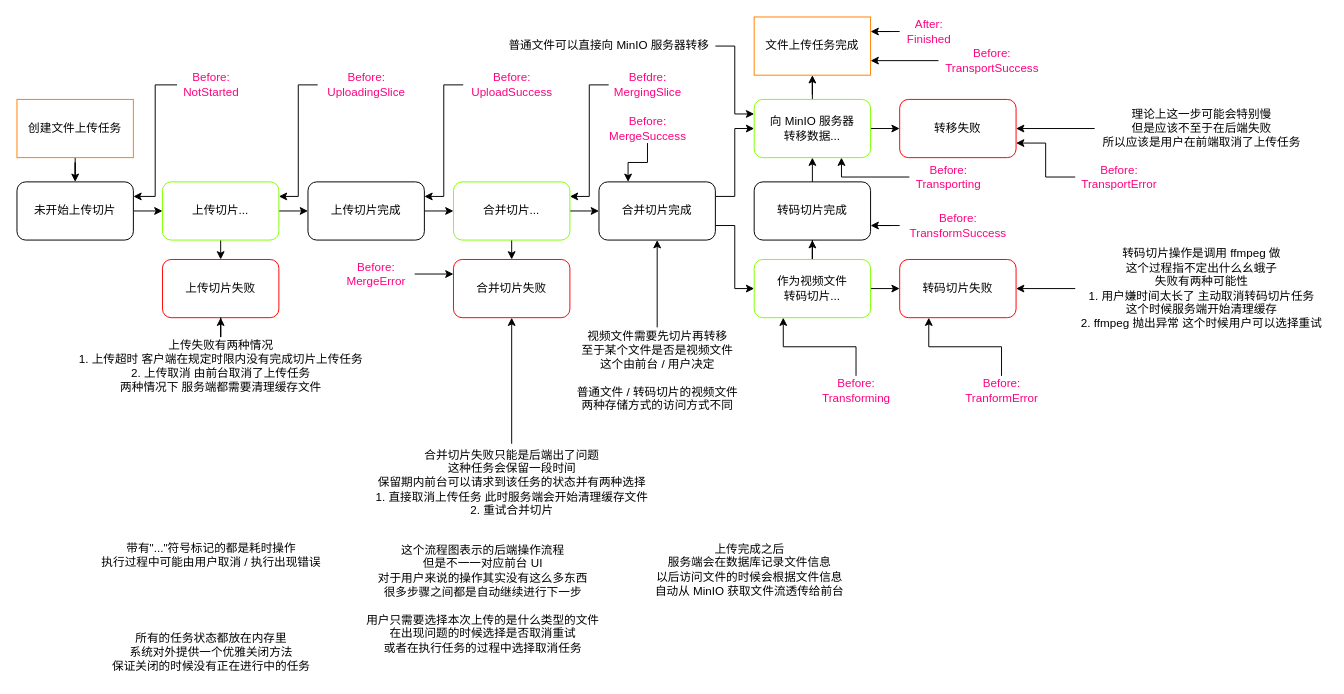
Above: doc/task_file_upload.drawio in FirokOtaku/JFlowBytes (draw.io), before the change. Source tidied: cells renumbered, new cells numbered last; positions are measured from the earlier drawing's top-left corner, leaving out a move shared by most shapes. Both pictures are drawn from the tidied source at 97%, with x=0, y=0 at pixel (16, 16).
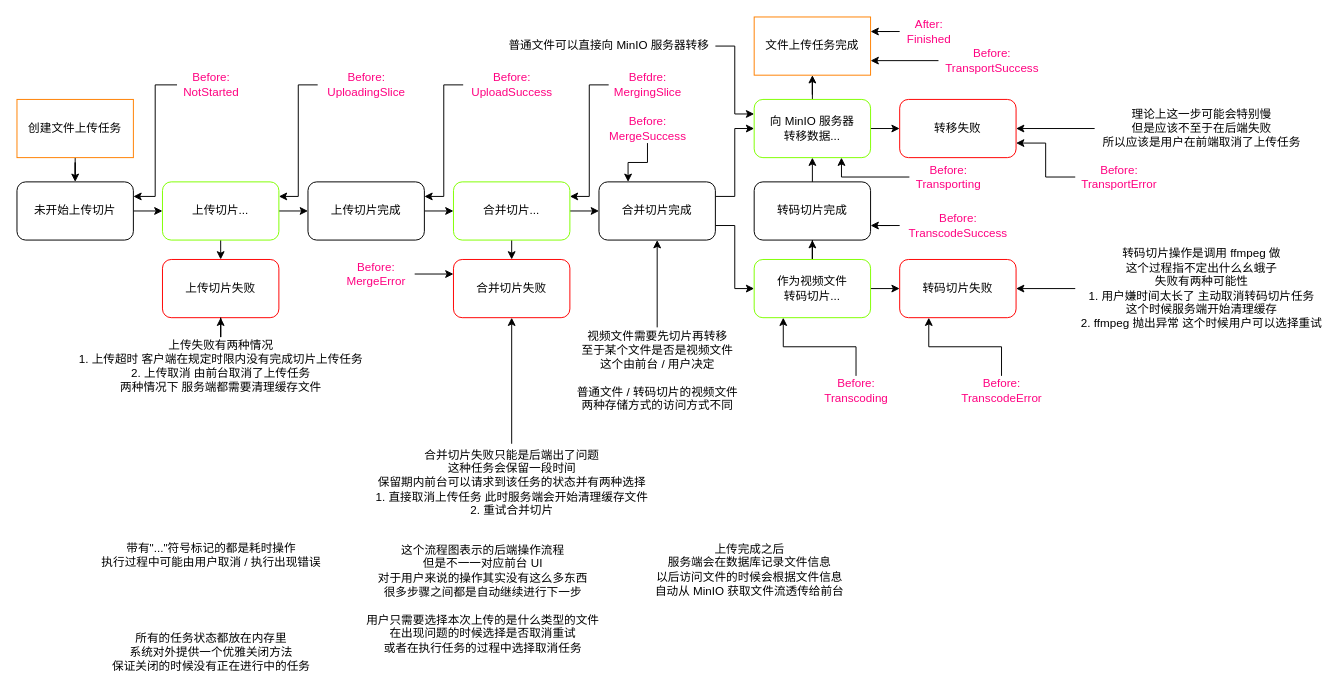
The same diagram, later.

Diff of the diagram source:
```diff
@@
-    <mxCell id="59" value="Before:&lt;br&gt;Transforming" style="text;html=1;align=center;verticalAlign=middle;points=[];strokeColor=none;fillColor=none;fontColor=#FF0080;" parent="1" vertex="1">
-      <mxGeometry x="820" y="370" width="90" height="30" as="geometry" />
+    <mxCell id="59" value="Before:&lt;br&gt;Transcoding" style="text;html=1;align=center;verticalAlign=middle;points=[];strokeColor=none;fillColor=none;fontColor=#FF0080;" parent="1" vertex="1">
+      <mxGeometry x="825" y="370" width="80" height="30" as="geometry" />
     </mxCell>
@@
-    <mxCell id="61" value="Before:&lt;br&gt;TranformError" style="text;html=1;align=center;verticalAlign=middle;points=[];strokeColor=none;fillColor=none;fontColor=#FF0080;" parent="1" vertex="1">
-      <mxGeometry x="970" y="370" width="90" height="30" as="geometry" />
+    <mxCell id="61" value="Before:&lt;br&gt;TranscodeError" style="text;html=1;align=center;verticalAlign=middle;points=[];strokeColor=none;fillColor=none;fontColor=#FF0080;" parent="1" vertex="1">
+      <mxGeometry x="965" y="370" width="100" height="30" as="geometry" />
     </mxCell>
@@
-    <mxCell id="63" value="Before:&lt;br&gt;TransformSuccess" style="text;html=1;align=center;verticalAlign=middle;points=[];strokeColor=none;fillColor=none;fontColor=#FF0080;" parent="1" vertex="1">
+    <mxCell id="63" value="Before:&lt;br&gt;TranscodeSuccess" style="text;html=1;align=center;verticalAlign=middle;points=[];strokeColor=none;fillColor=none;fontColor=#FF0080;" parent="1" vertex="1">
       <mxGeometry x="910" y="200" width="120" height="30" as="geometry" />
     </mxCell>
```
